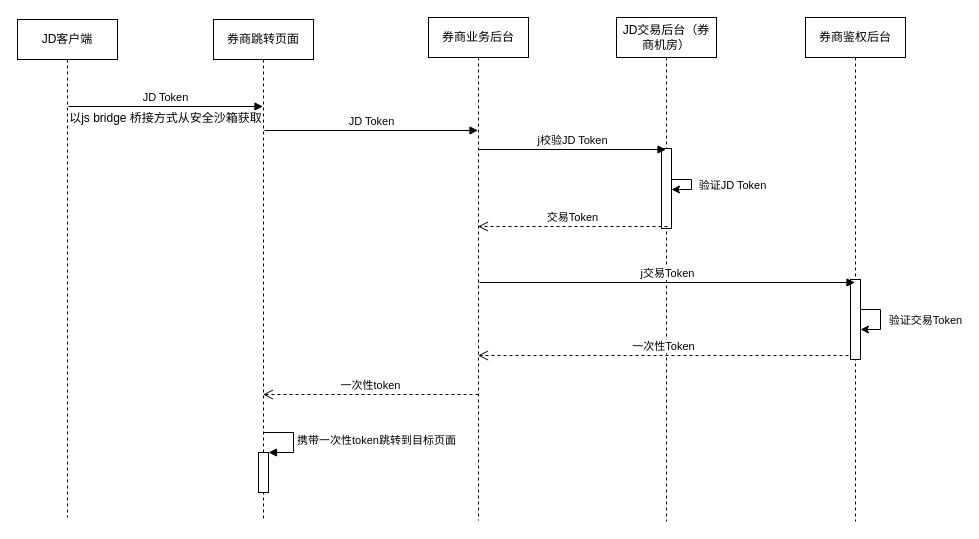
WindRain20140210/files-ArchitectureDiagram keeps this draw.io diagram as 网厅登录态打通.drawio. Above is the earlier version. Source tidied: cells renumbered, new cells numbered last; positions are measured from the earlier drawing's top-left corner, leaving out a move shared by most shapes. Both pictures are drawn from the tidied source at 100%, with x=0, y=0 at pixel (17, 17).
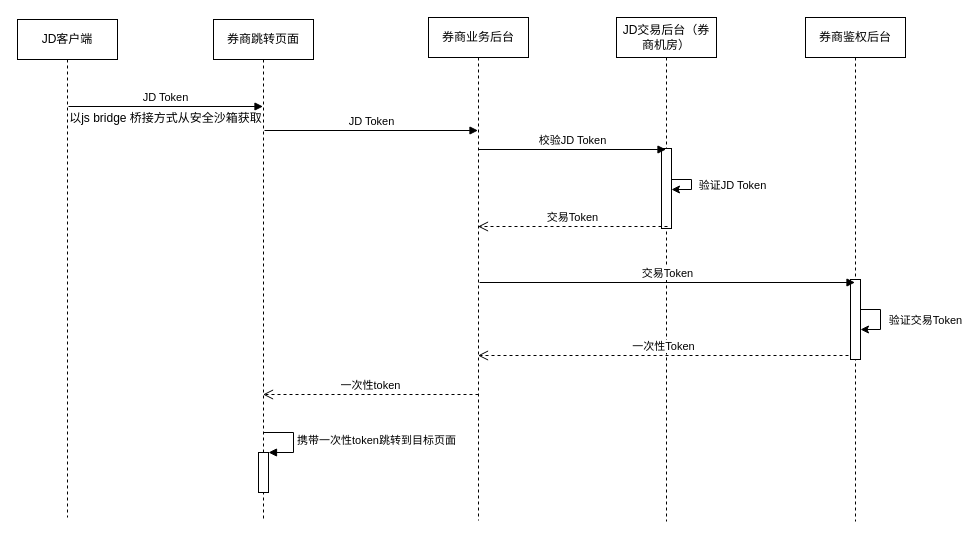
The same page after the edit.

Commit message:
Update 网厅登录态打通.drawio

The change refers to these unchanged cells:
```xml
<mxCell id="5" value="JD交易后台（券商机房）" style="shape=umlLifeline;perimeter=lifelinePerimeter;whiteSpace=wrap;html=1;outlineConnect=0;" parent="1" vertex="1">
  <mxGeometry x="599" width="100" height="504" as="geometry" />
</mxCell>
<mxCell id="7" value="券商鉴权后台" style="shape=umlLifeline;perimeter=lifelinePerimeter;whiteSpace=wrap;html=1;outlineConnect=0;" parent="1" vertex="1">
  <mxGeometry x="788" width="100" height="504" as="geometry" />
</mxCell>
```

Change to the diagram source:
```diff
@@
-    <mxCell id="13" value="j校验JD Token" style="html=1;verticalAlign=bottom;endArrow=block;" parent="1" edge="1" target="5">
+    <mxCell id="13" value="校验JD Token" style="html=1;verticalAlign=bottom;endArrow=block;" parent="1" edge="1" target="5">
       <mxGeometry relative="1" as="geometry">
         <mxPoint x="461" y="132" as="sourcePoint" />
       </mxGeometry>
     </mxCell>
@@
-    <mxCell id="15" value="j交易Token" style="html=1;verticalAlign=bottom;endArrow=block;" parent="1" edge="1" target="7">
+    <mxCell id="15" value="交易Token" style="html=1;verticalAlign=bottom;endArrow=block;" parent="1" edge="1" target="7">
       <mxGeometry relative="1" as="geometry">
         <mxPoint x="462" y="265" as="sourcePoint" />
       </mxGeometry>
     </mxCell>
```
